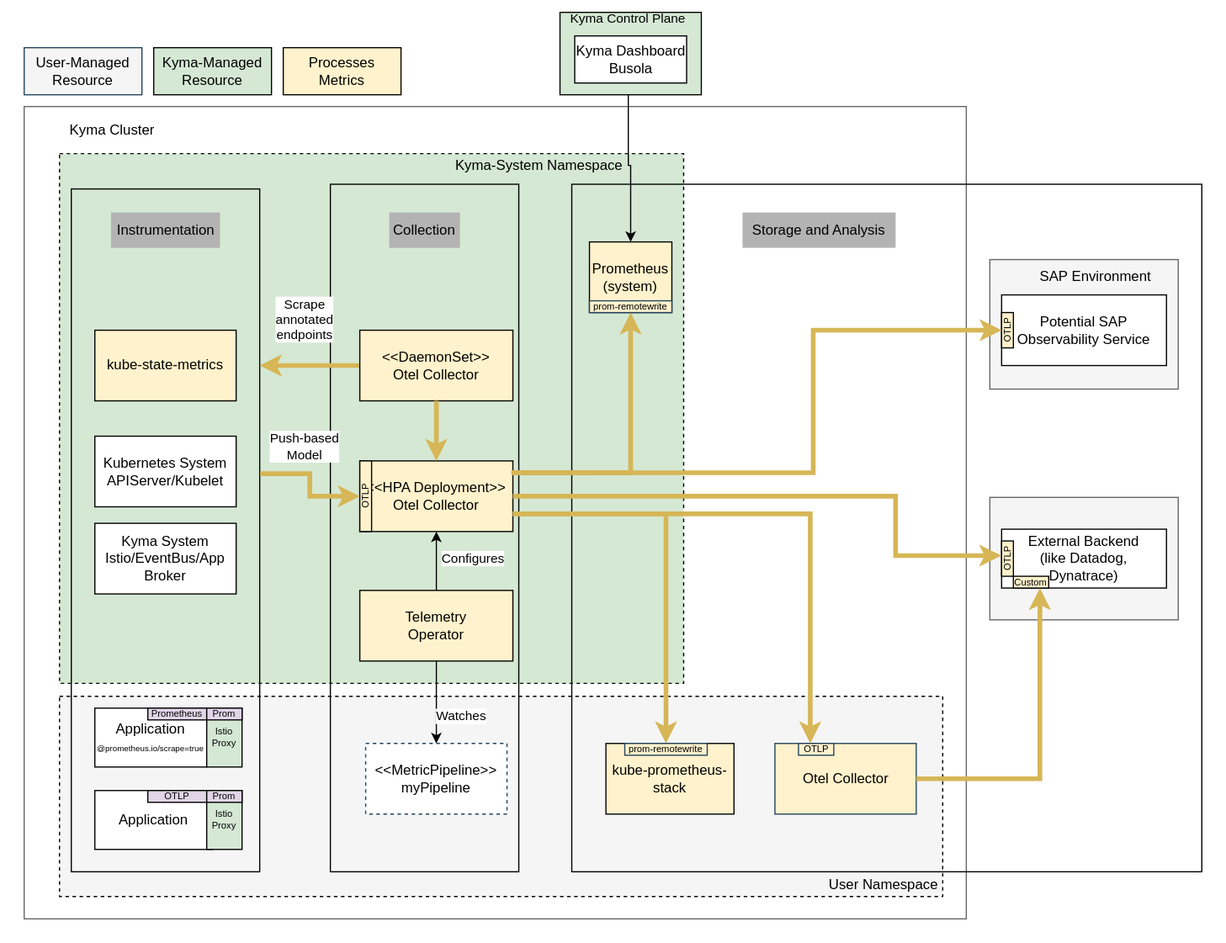
Earlier version of the draw.io export concepts/observability-strategy/configurable-monitoring/assets/monitoring-future.drawio.svg (kyma-project/community). Source tidied: cells renumbered, new cells last; positions are measured from the earlier drawing's top-left corner, leaving out a move shared by most shapes.
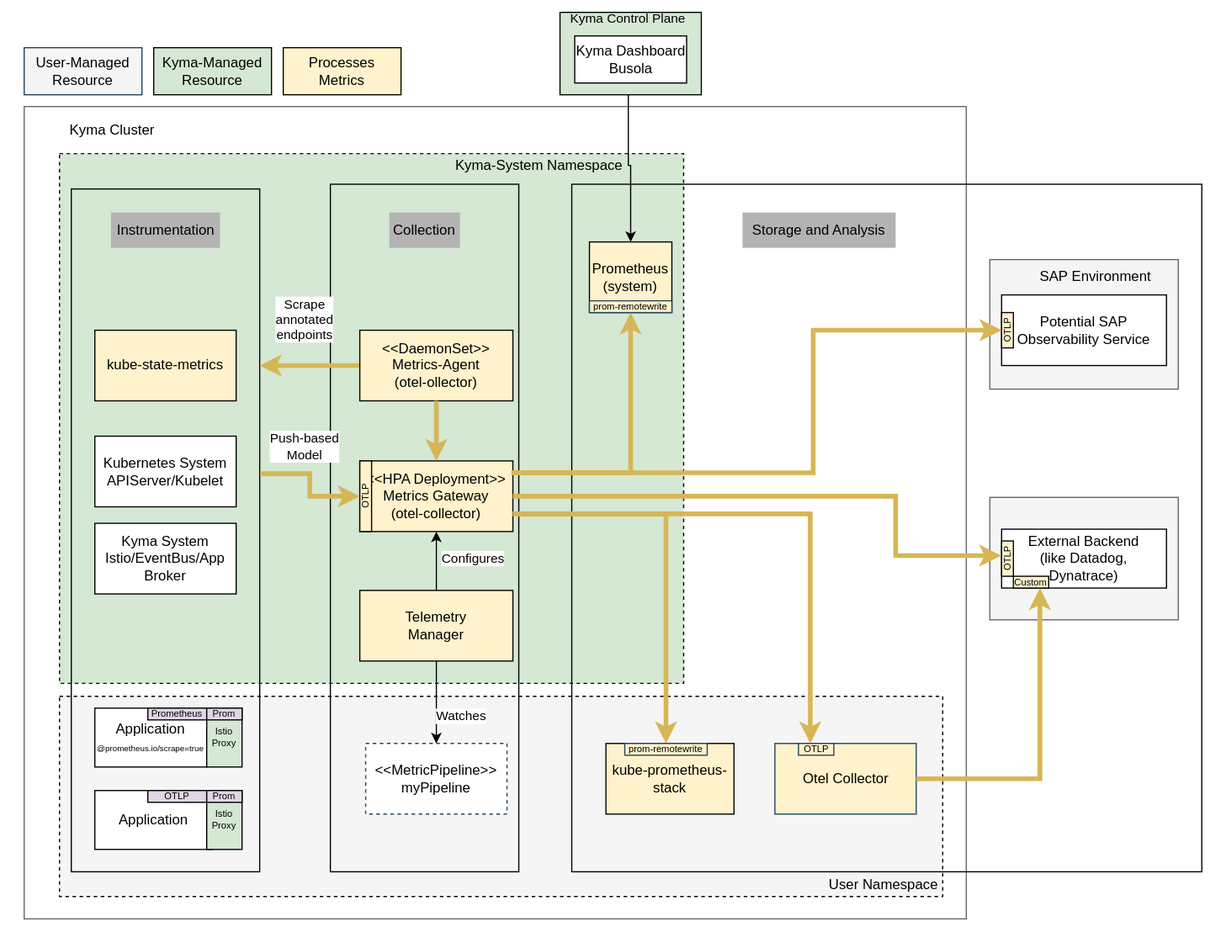
The same file after the commit.

Diff of the diagram source:
```diff
@@ -91,10 +91,10 @@
     <mxCell id="30" value="kube-state-metrics" style="rounded=0;whiteSpace=wrap;html=1;fillColor=#fff2cc;strokeColor=#000000;fontColor=#000000;" parent="1" vertex="1">
       <mxGeometry x="80" y="280" width="120" height="60" as="geometry" />
     </mxCell>
-    <mxCell id="31" value="&amp;lt;&amp;lt;HPA Deployment&amp;gt;&amp;gt;&lt;br&gt;Otel Collector" style="rounded=0;whiteSpace=wrap;html=1;fillColor=#fff2cc;strokeColor=#000000;fontColor=#000000;" parent="1" vertex="1">
+    <mxCell id="31" value="&amp;lt;&amp;lt;HPA Deployment&amp;gt;&amp;gt;&lt;br&gt;Metrics Gateway&lt;br&gt;(otel-collector)" style="rounded=0;whiteSpace=wrap;html=1;fillColor=#fff2cc;strokeColor=#000000;fontColor=#000000;" parent="1" vertex="1">
       <mxGeometry x="305" y="391" width="130" height="60" as="geometry" />
     </mxCell>
-    <mxCell id="32" value="Telemetry&lt;br&gt;Operator" style="rounded=0;whiteSpace=wrap;html=1;fillColor=#fff2cc;strokeColor=#000000;fontColor=#000000;" parent="1" vertex="1">
+    <mxCell id="32" value="Telemetry&lt;br&gt;Manager" style="rounded=0;whiteSpace=wrap;html=1;fillColor=#fff2cc;strokeColor=#000000;fontColor=#000000;" parent="1" vertex="1">
       <mxGeometry x="305" y="501" width="130" height="60" as="geometry" />
     </mxCell>
     <mxCell id="33" style="edgeStyle=orthogonalEdgeStyle;html=1;fontSize=7;strokeColor=#D6B656;strokeWidth=4;rounded=0;" parent="1" edge="1" source="35">
@@ -107,7 +107,7 @@
         <mxPoint x="-7" y="-39" as="offset" />
       </mxGeometry>
     </mxCell>
-    <mxCell id="35" value="&amp;lt;&amp;lt;DaemonSet&amp;gt;&amp;gt;&lt;br&gt;Otel Collector" style="rounded=0;whiteSpace=wrap;html=1;fillColor=#fff2cc;strokeColor=#000000;fontColor=#000000;" parent="1" vertex="1">
+    <mxCell id="35" value="&amp;lt;&amp;lt;DaemonSet&amp;gt;&amp;gt;&lt;br&gt;Metrics-Agent&lt;br&gt;(otel-ollector)" style="rounded=0;whiteSpace=wrap;html=1;fillColor=#fff2cc;strokeColor=#000000;fontColor=#000000;" parent="1" vertex="1">
       <mxGeometry x="305" y="280" width="130" height="60" as="geometry" />
     </mxCell>
     <mxCell id="36" value="&amp;lt;&amp;lt;MetricPipeline&amp;gt;&amp;gt;&lt;br&gt;myPipeline" style="rounded=0;whiteSpace=wrap;html=1;fillColor=#FFFFFF;strokeColor=#23445d;fontColor=#000000;dashed=1;" parent="1" vertex="1">
```
